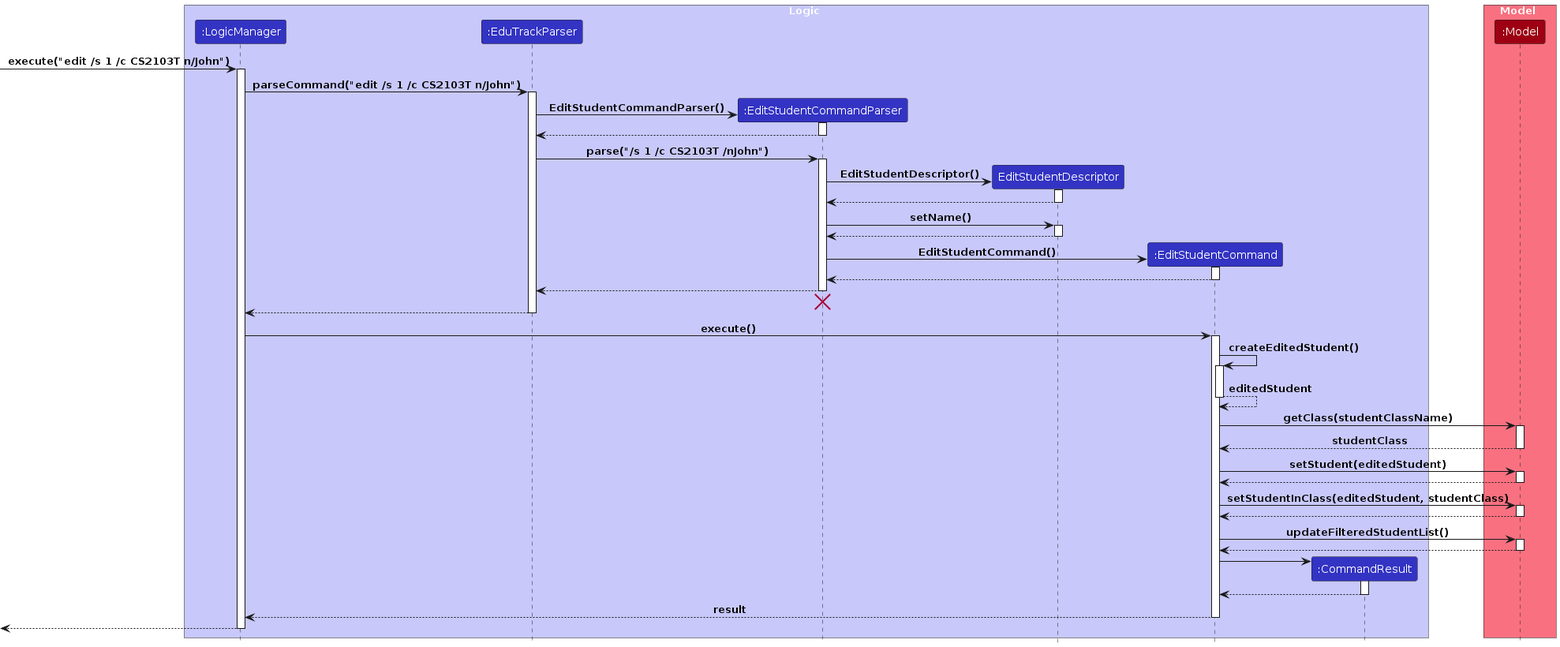
Before: diagrams/EditStudentSequenceDiagram.png, a diagram exported from PlantUML (sudarshan2401/tp). Its source is kept beside it as diagrams/EditStudentSequenceDiagram.puml. Source of this version:
```plantuml
@startuml
 !include style.puml

 box Logic LOGIC_COLOR_T1
 participant ":LogicManager" as LogicManager LOGIC_COLOR
 participant ":EduTrackParser" as EduTrackParser LOGIC_COLOR
 participant ":EditStudentCommandParser" as EditStudentCommandParser LOGIC_COLOR
 participant "EditStudentDescriptor" as EditStudentDescriptor LOGIC_COLOR
 participant ":EditStudentCommand" as EditStudentCommand LOGIC_COLOR
 participant ":CommandResult" as CommandResult LOGIC_COLOR
 end box

 box Model MODEL_COLOR_T1
 participant ":Model" as Model MODEL_COLOR
 end box

 [-> LogicManager : execute("edit /s 1 /c CS2103T n/John")
 activate LogicManager

 LogicManager -> EduTrackParser : parseCommand("edit /s 1 /c CS2103T n/John")
 activate EduTrackParser

 create EditStudentCommandParser



 EduTrackParser -> EditStudentCommandParser: EditStudentCommandParser()
 activate EditStudentCommandParser

 EditStudentCommandParser --> EduTrackParser

 deactivate EditStudentCommandParser

 EduTrackParser -> EditStudentCommandParser : parse("/s 1 /c CS2103T /nJohn")
 activate EditStudentCommandParser

 create EditStudentDescriptor
 EditStudentCommandParser -> EditStudentDescriptor : EditStudentDescriptor()
 activate EditStudentDescriptor

 EditStudentDescriptor --> EditStudentCommandParser
 deactivate EditStudentDescriptor

 EditStudentCommandParser -> EditStudentDescriptor : setName()
 activate EditStudentDescriptor

 EditStudentDescriptor --> EditStudentCommandParser
 deactivate

 create EditStudentCommand
 EditStudentCommandParser -> EditStudentCommand : EditStudentCommand()
 activate EditStudentCommand

 EditStudentCommand --> EditStudentCommandParser
 deactivate

 EditStudentCommandParser --> EduTrackParser
 deactivate

 EditStudentCommandParser -[hidden]-> EduTrackParser:
 destroy EditStudentCommandParser

 EduTrackParser --> LogicManager
 deactivate EduTrackParser

 LogicManager -> EditStudentCommand : execute()
 activate EditStudentCommand

 EditStudentCommand -> EditStudentCommand : createEditedStudent()
 activate EditStudentCommand

 EditStudentCommand --> EditStudentCommand : editedStudent
 deactivate

 EditStudentCommand -> Model : getClass(studentClassName)
 activate Model

 Model --> EditStudentCommand : studentClass
 deactivate

 EditStudentCommand -> Model : setStudent(editedStudent)
 activate Model

 Model --> EditStudentCommand
 deactivate

 EditStudentCommand -> Model : setStudentInClass(editedStudent, studentClass)
 activate Model

 Model --> EditStudentCommand
 deactivate

 EditStudentCommand -> Model : updateFilteredStudentList()
 activate Model

 Model --> EditStudentCommand
 deactivate

 create CommandResult
 EditStudentCommand -> CommandResult
 activate CommandResult

 CommandResult --> EditStudentCommand
 deactivate CommandResult

 EditStudentCommand --> LogicManager : result
 deactivate EditStudentCommand

 [<--LogicManager
 deactivate LogicManager
 @enduml
```
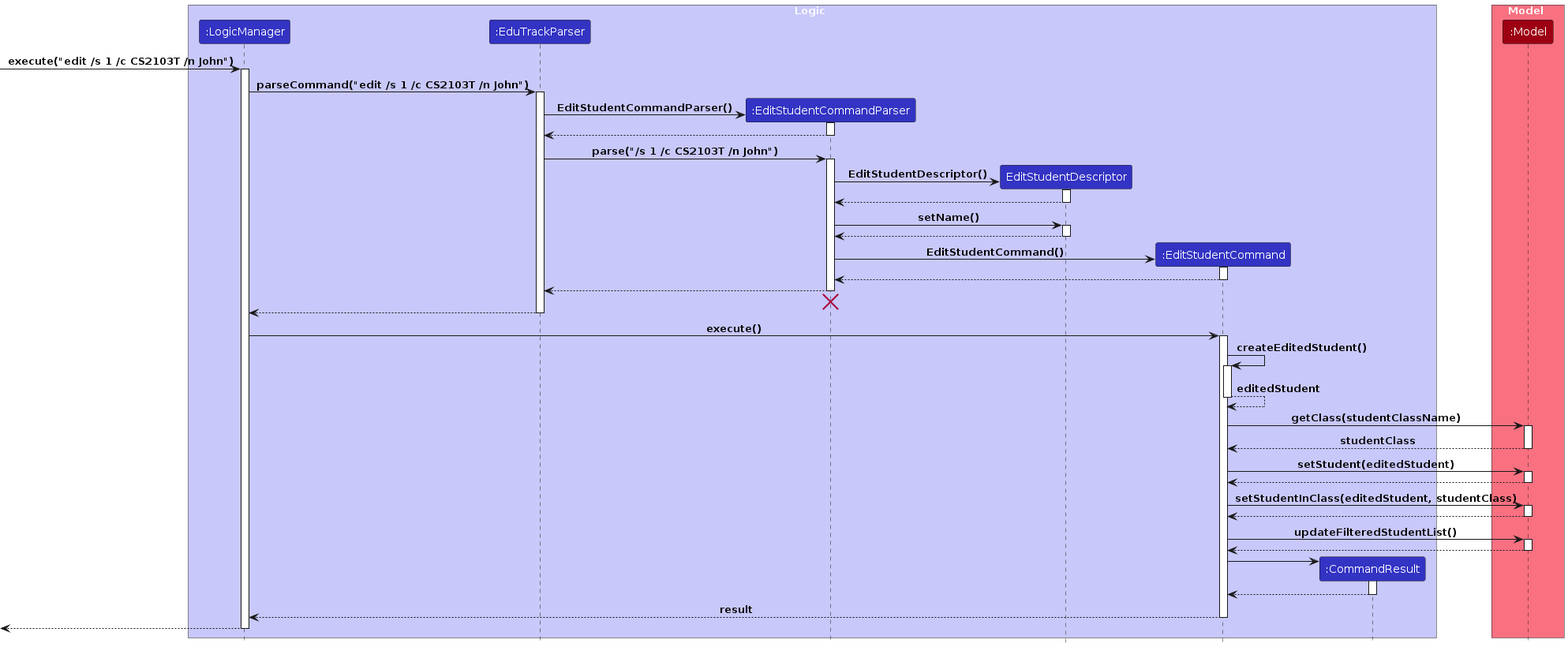
Above is the later version.

Change to the diagram source:
```diff
@@ -14,10 +14,10 @@
  participant ":Model" as Model MODEL_COLOR
  end box
 
- [-> LogicManager : execute("edit /s 1 /c CS2103T n/John")
+ [-> LogicManager : execute("edit /s 1 /c CS2103T /n John")
  activate LogicManager
 
- LogicManager -> EduTrackParser : parseCommand("edit /s 1 /c CS2103T n/John")
+ LogicManager -> EduTrackParser : parseCommand("edit /s 1 /c CS2103T /n John")
  activate EduTrackParser
 
  create EditStudentCommandParser
@@ -31,7 +31,7 @@
 
  deactivate EditStudentCommandParser
 
- EduTrackParser -> EditStudentCommandParser : parse("/s 1 /c CS2103T /nJohn")
+ EduTrackParser -> EditStudentCommandParser : parse("/s 1 /c CS2103T /n John")
  activate EditStudentCommandParser
 
  create EditStudentDescriptor
```
